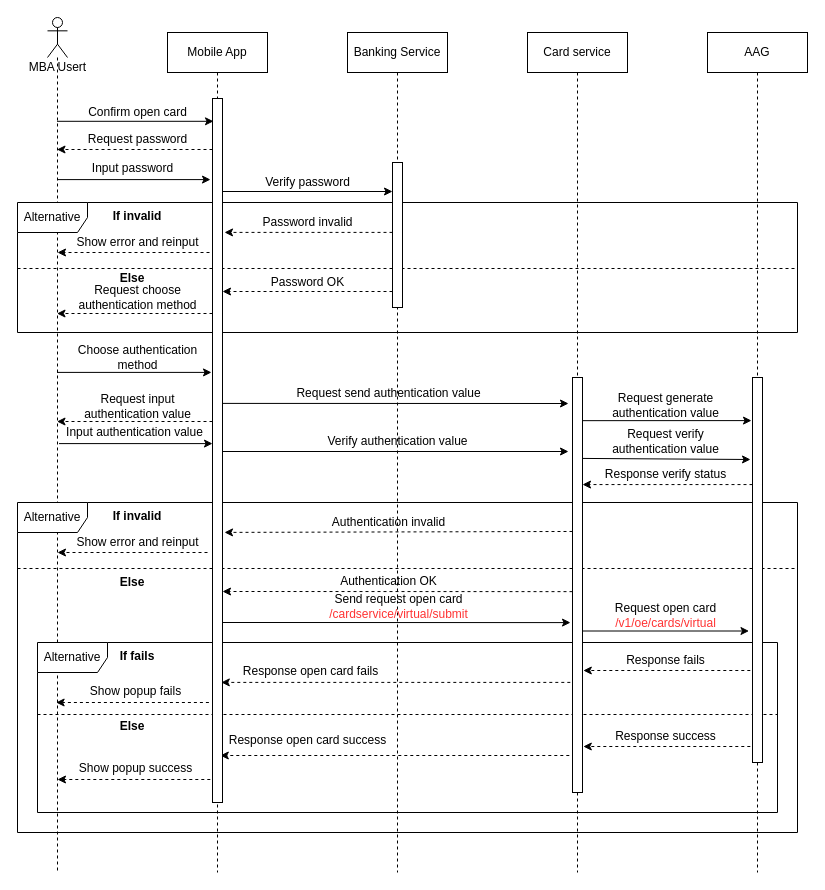
This is page "Open-card-confirm" (4 of 15) of Sequence Diagram.drawio from lyminh1994/diagram, a draw.io file, before an edit. Source tidied: cells renumbered, new cells numbered last; positions are measured from the earlier drawing's top-left corner, leaving out a move shared by most shapes. Both pictures are drawn from the tidied source at 100%, with x=0, y=0 at pixel (17, 17).
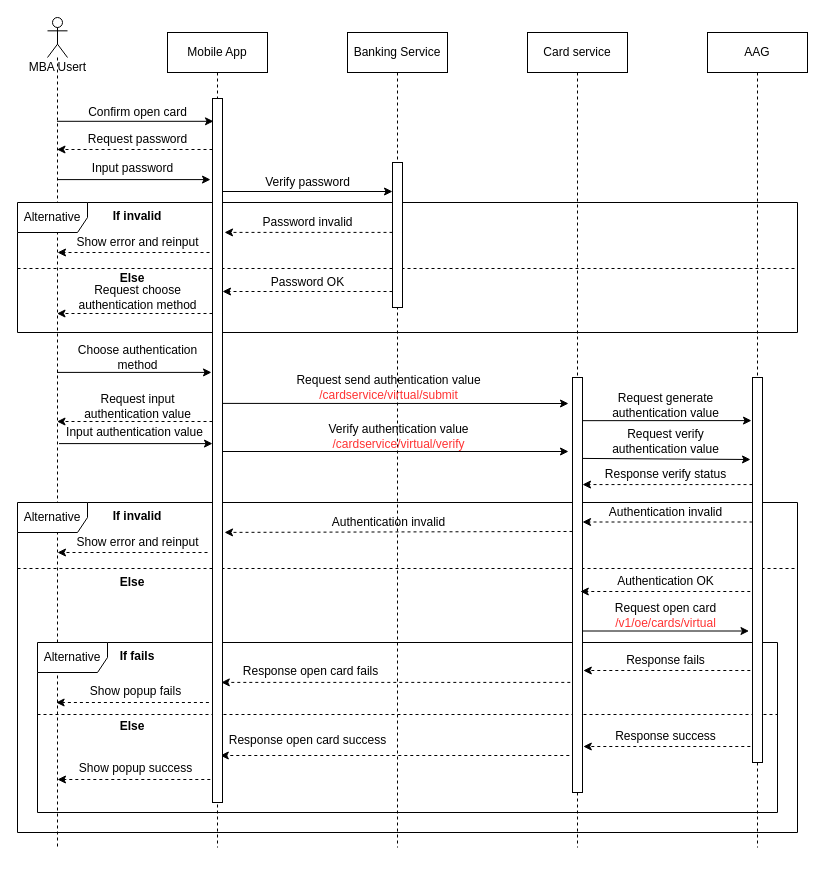
The same page after the edit.

The change refers to these unchanged cells:
```xml
<mxCell id="63" style="html=1;points=[];perimeter=orthogonalPerimeter;" parent="1" vertex="1">
  <mxGeometry x="555" y="360" width="10" height="415" as="geometry" />
</mxCell>
```

What changed in the source:
```diff
@@
     <mxCell id="5" value="MBA Usert" style="shape=umlLifeline;participant=umlActor;perimeter=lifelinePerimeter;html=1;verticalAlign=top;spacingTop=36;outlineConnect=0;strokeColor=#000000;strokeWidth=1;fillColor=none;size=40;" parent="1" vertex="1">
-      <mxGeometry x="30" width="20" height="855" as="geometry" />
+      <mxGeometry x="30" width="20" height="830" as="geometry" />
     </mxCell>
     <mxCell id="6" value="&lt;span&gt;Mobile App&lt;/span&gt;" style="shape=umlLifeline;perimeter=lifelinePerimeter;whiteSpace=wrap;html=1;rounded=0;shadow=0;strokeColor=#000000;strokeWidth=1;fillColor=none;verticalAlign=middle;" parent="1" vertex="1">
-      <mxGeometry x="150" y="15" width="100" height="840" as="geometry" />
+      <mxGeometry x="150" y="15" width="100" height="815" as="geometry" />
     </mxCell>
     <mxCell id="7" value="&lt;span&gt;Card service&lt;/span&gt;" style="shape=umlLifeline;perimeter=lifelinePerimeter;whiteSpace=wrap;html=1;rounded=0;shadow=0;strokeColor=#000000;strokeWidth=1;fillColor=none;verticalAlign=middle;" parent="1" vertex="1">
-      <mxGeometry x="510" y="15" width="100" height="840" as="geometry" />
+      <mxGeometry x="510" y="15" width="100" height="815" as="geometry" />
     </mxCell>
     <mxCell id="8" value="&lt;span&gt;Banking Service&lt;/span&gt;" style="shape=umlLifeline;perimeter=lifelinePerimeter;whiteSpace=wrap;html=1;rounded=0;shadow=0;strokeColor=#000000;strokeWidth=1;fillColor=none;verticalAlign=middle;" parent="1" vertex="1">
-      <mxGeometry x="330" y="15" width="100" height="840" as="geometry" />
+      <mxGeometry x="330" y="15" width="100" height="815" as="geometry" />
     </mxCell>
     <mxCell id="9" value="AAG" style="shape=umlLifeline;perimeter=lifelinePerimeter;whiteSpace=wrap;html=1;" parent="1" vertex="1">
-      <mxGeometry x="690" y="15" width="100" height="840" as="geometry" />
+      <mxGeometry x="690" y="15" width="100" height="815" as="geometry" />
     </mxCell>
@@
-    <mxCell id="30" value="Request send authentication value" style="text;html=1;align=center;verticalAlign=middle;strokeColor=none;fontSize=12;" parent="1" vertex="1">
-      <mxGeometry x="271" y="366" width="200" height="20" as="geometry" />
+    <mxCell id="30" value="Request send authentication value&lt;br&gt;&lt;span style=&quot;color: rgb(255 , 51 , 51)&quot;&gt;/cardservice/virtual/submit&lt;/span&gt;" style="text;html=1;align=center;verticalAlign=middle;strokeColor=none;fontSize=12;" parent="1" vertex="1">
+      <mxGeometry x="271" y="355" width="200" height="30" as="geometry" />
     </mxCell>
@@
-    <mxCell id="32" value="Verify authentication value" style="text;html=1;align=center;verticalAlign=middle;strokeColor=none;fontSize=12;" parent="1" vertex="1">
-      <mxGeometry x="300" y="414" width="160" height="20" as="geometry" />
+    <mxCell id="32" value="Verify authentication value&lt;br&gt;&lt;span style=&quot;color: rgb(255 , 51 , 51)&quot;&gt;/cardservice/virtual/verify&lt;/span&gt;" style="text;html=1;align=center;verticalAlign=middle;strokeColor=none;fontSize=12;" parent="1" vertex="1">
+      <mxGeometry x="301" y="404" width="160" height="30" as="geometry" />
     </mxCell>
@@
     <mxCell id="36" value="Authentication&amp;nbsp;OK" style="text;html=1;align=center;verticalAlign=middle;strokeColor=none;fontSize=12;" parent="1" vertex="1">
-      <mxGeometry x="316" y="554" width="110" height="20" as="geometry" />
+      <mxGeometry x="592.8" y="554" width="110" height="20" as="geometry" />
     </mxCell>
@@
-    <mxCell id="39" style="edgeStyle=none;rounded=0;jettySize=auto;html=1;entryX=1;entryY=0.553;entryDx=0;entryDy=0;entryPerimeter=0;dashed=1;fontSize=12;exitX=0;exitY=0.516;exitDx=0;exitDy=0;exitPerimeter=0;" parent="1" edge="1" source="63">
-      <mxGeometry relative="1" as="geometry">
-        <mxPoint x="205" y="574" as="targetPoint" />
-      </mxGeometry>
-    </mxCell>
@@
-    <mxCell id="44" value="Send request open card&lt;br&gt;&lt;font color=&quot;#ff3333&quot;&gt;/cardservice/virtual/submit&lt;/font&gt;" style="text;html=1;align=center;verticalAlign=middle;strokeColor=none;fontSize=12;" parent="1" vertex="1">
-      <mxGeometry x="306" y="574" width="150" height="30" as="geometry" />
-    </mxCell>
@@
-    <mxCell id="52" style="edgeStyle=none;rounded=0;orthogonalLoop=1;jettySize=auto;html=1;entryX=0.025;entryY=0.118;entryDx=0;entryDy=0;entryPerimeter=0;fontSize=12;" parent="1" edge="1">
-      <mxGeometry relative="1" as="geometry">
-        <mxPoint x="202.8" y="605" as="sourcePoint" />
-        <mxPoint x="553" y="605.1" as="targetPoint" />
-      </mxGeometry>
-    </mxCell>
@@
+    <mxCell id="77" style="edgeStyle=none;rounded=0;orthogonalLoop=1;jettySize=auto;html=1;dashed=1;entryX=1;entryY=0.258;entryDx=0;entryDy=0;entryPerimeter=0;" parent="1" edge="1">
+      <mxGeometry relative="1" as="geometry">
+        <mxPoint x="732.8" y="574" as="sourcePoint" />
+        <mxPoint x="562.8" y="574" as="targetPoint" />
+      </mxGeometry>
+    </mxCell>
+    <mxCell id="78" style="edgeStyle=none;rounded=0;orthogonalLoop=1;jettySize=auto;html=1;dashed=1;entryX=1;entryY=0.258;entryDx=0;entryDy=0;entryPerimeter=0;" parent="1" edge="1">
+      <mxGeometry relative="1" as="geometry">
+        <mxPoint x="735" y="504.5" as="sourcePoint" />
+        <mxPoint x="565" y="504.5" as="targetPoint" />
+      </mxGeometry>
+    </mxCell>
+    <mxCell id="79" value="Authentication&amp;nbsp;invalid" style="text;html=1;align=center;verticalAlign=middle;strokeColor=none;fontSize=12;" parent="1" vertex="1">
+      <mxGeometry x="582.8" y="485" width="130" height="20" as="geometry" />
+    </mxCell>
```
